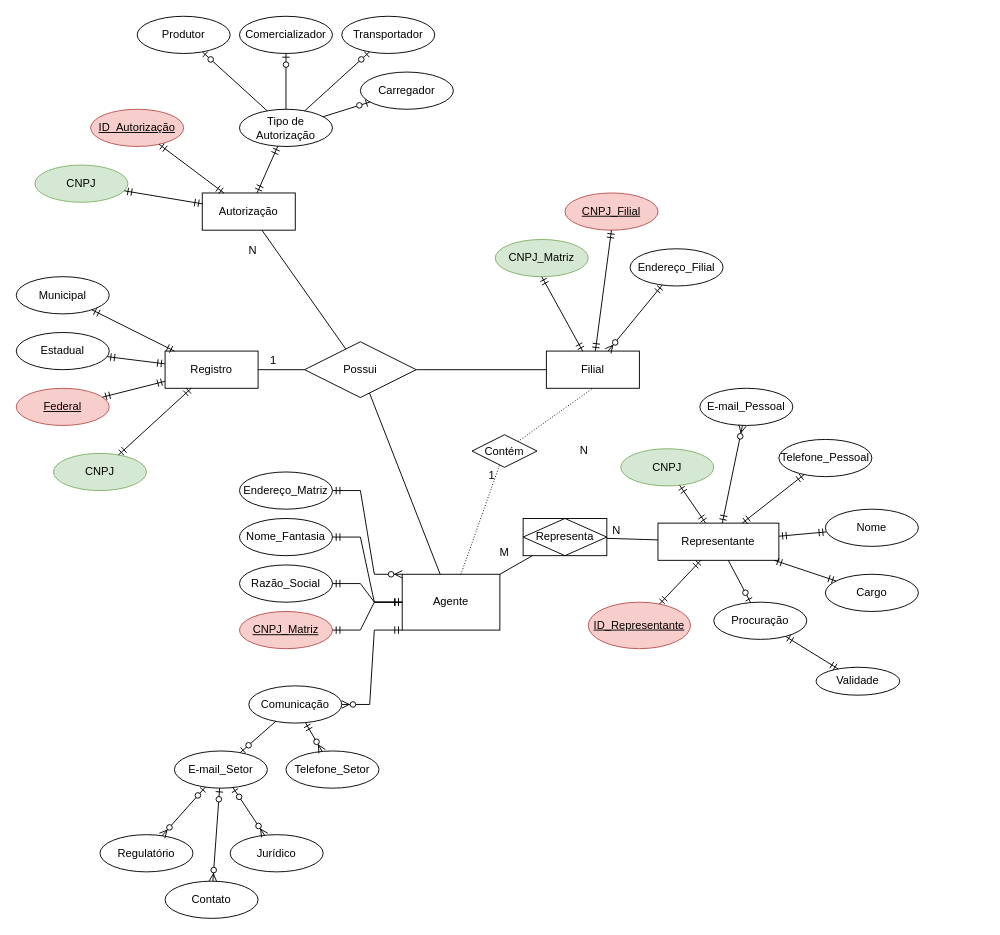
Earlier version of the draw.io diagram Cadastro.drawio (GustavoCoutinhoAraujo/GustavoCoutinhoAraujo). Source tidied: cells renumbered, new cells numbered last; positions are measured from the earlier drawing's top-left corner, leaving out a move shared by most shapes. Both pictures are drawn from the tidied source at 93%, with x=0, y=0 at pixel (16, 16).
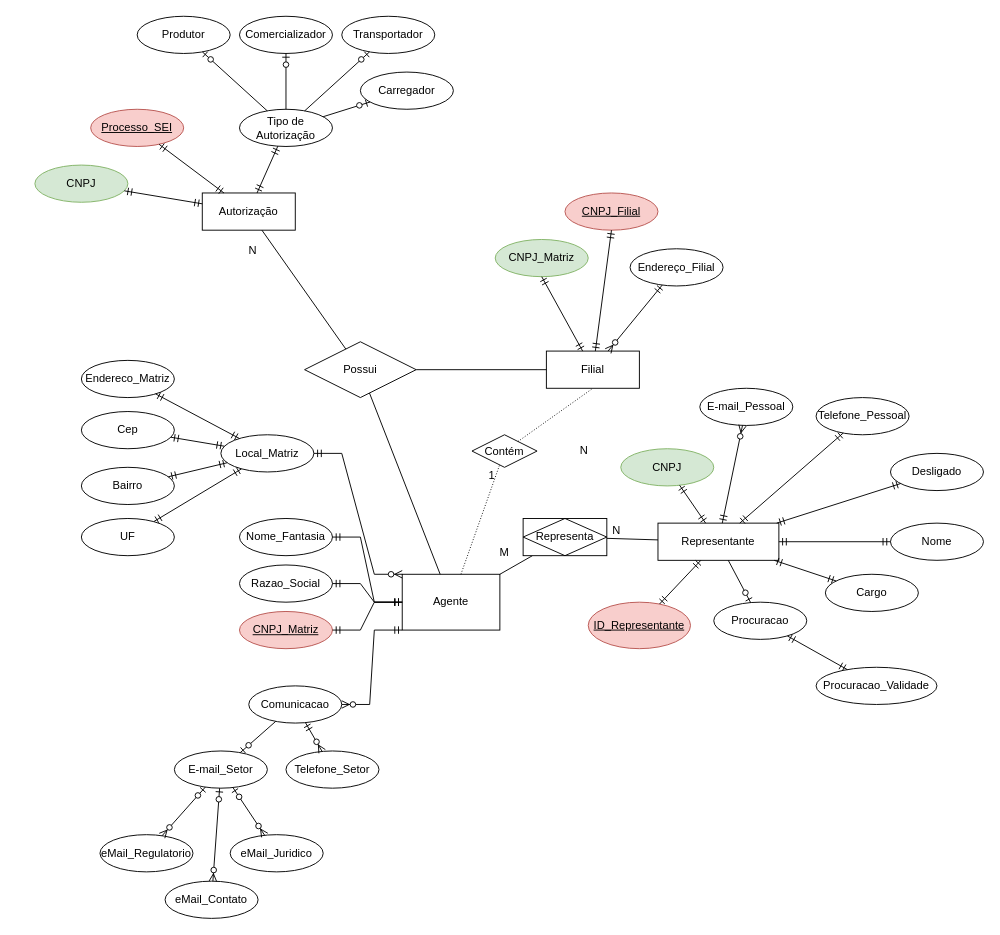
After the change.

Unchanged cells that the change refers to:
```xml
<mxCell id="33" value="Representante" style="whiteSpace=wrap;html=1;align=center;" parent="1" vertex="1">
  <mxGeometry x="690" y="545" width="130" height="40" as="geometry" />
</mxCell>
<mxCell id="55" value="Possui" style="shape=rhombus;perimeter=rhombusPerimeter;whiteSpace=wrap;html=1;align=center;" parent="1" vertex="1">
  <mxGeometry x="310" y="350" width="120" height="60" as="geometry" />
</mxCell>
```

Change to the diagram source:
```diff
@@
-    <mxCell id="5" value="Razão_Social" style="ellipse;whiteSpace=wrap;html=1;align=center;" parent="1" vertex="1">
+    <mxCell id="5" value="Razao_Social" style="ellipse;whiteSpace=wrap;html=1;align=center;" parent="1" vertex="1">
       <mxGeometry x="240" y="590" width="100" height="40" as="geometry" />
     </mxCell>
-    <mxCell id="6" value="Endereço_Matriz" style="ellipse;whiteSpace=wrap;html=1;align=center;" parent="1" vertex="1">
-      <mxGeometry x="240" y="490" width="100" height="40" as="geometry" />
+    <mxCell id="6" value="Local_Matriz" style="ellipse;whiteSpace=wrap;html=1;align=center;" parent="1" vertex="1">
+      <mxGeometry x="220" y="450" width="100" height="40" as="geometry" />
     </mxCell>
-    <mxCell id="7" value="Comunicação" style="ellipse;whiteSpace=wrap;html=1;align=center;" parent="1" vertex="1">
+    <mxCell id="7" value="Comunicacao" style="ellipse;whiteSpace=wrap;html=1;align=center;" parent="1" vertex="1">
       <mxGeometry x="250" y="720" width="100" height="40" as="geometry" />
     </mxCell>
@@
-    <mxCell id="16" value="Regulatório" style="ellipse;whiteSpace=wrap;html=1;align=center;" parent="1" vertex="1">
+    <mxCell id="16" value="eMail_Regulatorio" style="ellipse;whiteSpace=wrap;html=1;align=center;" parent="1" vertex="1">
       <mxGeometry x="90" y="880" width="100" height="40" as="geometry" />
     </mxCell>
-    <mxCell id="17" value="Contato" style="ellipse;whiteSpace=wrap;html=1;align=center;" parent="1" vertex="1">
+    <mxCell id="17" value="eMail_Contato" style="ellipse;whiteSpace=wrap;html=1;align=center;" parent="1" vertex="1">
       <mxGeometry x="160" y="930" width="100" height="40" as="geometry" />
     </mxCell>
-    <mxCell id="18" value="Jurídico" style="ellipse;whiteSpace=wrap;html=1;align=center;" parent="1" vertex="1">
+    <mxCell id="18" value="eMail_Juridico" style="ellipse;whiteSpace=wrap;html=1;align=center;" parent="1" vertex="1">
       <mxGeometry x="230" y="880" width="100" height="40" as="geometry" />
     </mxCell>
@@
-    <mxCell id="29" value="Registro" style="whiteSpace=wrap;html=1;align=center;" parent="1" vertex="1">
-      <mxGeometry x="160" y="360" width="100" height="40" as="geometry" />
-    </mxCell>
@@
     <mxCell id="36" value="Nome" style="ellipse;whiteSpace=wrap;html=1;align=center;" parent="1" vertex="1">
-      <mxGeometry x="870" y="530" width="100" height="40" as="geometry" />
+      <mxGeometry x="940" y="545" width="100" height="40" as="geometry" />
     </mxCell>
@@
-    <mxCell id="42" value="Validade" style="ellipse;whiteSpace=wrap;html=1;align=center;" parent="1" vertex="1">
-      <mxGeometry x="860" y="700" width="90" height="30" as="geometry" />
+    <mxCell id="42" value="Procuracao_Validade" style="ellipse;whiteSpace=wrap;html=1;align=center;" parent="1" vertex="1">
+      <mxGeometry x="860" y="700" width="130" height="40" as="geometry" />
     </mxCell>
@@
     <mxCell id="53" value="Telefone_Pessoal" style="ellipse;whiteSpace=wrap;html=1;align=center;" parent="1" vertex="1">
-      <mxGeometry x="820" y="455" width="100" height="40" as="geometry" />
+      <mxGeometry x="860" y="410" width="100" height="40" as="geometry" />
     </mxCell>
@@
-    <mxCell id="60" style="endArrow=none;html=1;rounded=0;" parent="1" edge="1" source="55" target="29">
-      <mxGeometry relative="1" as="geometry" />
-    </mxCell>
-    <mxCell id="61" value="1" style="html=1;align=right;verticalAlign=bottom;" parent="60" vertex="1">
-      <mxGeometry x="1" relative="1" as="geometry">
-        <mxPoint x="20" y="-2" as="offset" />
-      </mxGeometry>
-    </mxCell>
-    <mxCell id="62" value="Estadual" style="ellipse;whiteSpace=wrap;html=1;align=center;" parent="1" vertex="1">
-      <mxGeometry y="340" width="100" height="40" as="geometry" />
-    </mxCell>
-    <mxCell id="63" value="ID_Autorização" style="ellipse;whiteSpace=wrap;html=1;align=center;fontStyle=4;fillColor=#f8cecc;strokeColor=#b85450;" parent="1" vertex="1">
+    <mxCell id="63" value="Processo_SEI" style="ellipse;whiteSpace=wrap;html=1;align=center;fontStyle=4;fillColor=#f8cecc;strokeColor=#b85450;" parent="1" vertex="1">
       <mxGeometry x="80" y="100" width="100" height="40" as="geometry" />
     </mxCell>
@@
-    <mxCell id="70" value="Municipal" style="ellipse;whiteSpace=wrap;html=1;align=center;" parent="1" vertex="1">
-      <mxGeometry y="280" width="100" height="40" as="geometry" />
-    </mxCell>
-    <mxCell id="71" value="Federal" style="ellipse;whiteSpace=wrap;html=1;align=center;fontStyle=4;fillColor=#f8cecc;strokeColor=#b85450;" parent="1" vertex="1">
-      <mxGeometry y="400" width="100" height="40" as="geometry" />
-    </mxCell>
-    <mxCell id="72" style="fontSize=12;html=1;endArrow=ERmandOne;startArrow=ERmandOne;rounded=0;" parent="1" edge="1" source="29" target="70">
-      <mxGeometry relative="1" as="geometry" />
-    </mxCell>
-    <mxCell id="73" style="fontSize=12;html=1;endArrow=ERmandOne;startArrow=ERmandOne;rounded=0;" parent="1" edge="1" source="29" target="62">
-      <mxGeometry relative="1" as="geometry" />
-    </mxCell>
-    <mxCell id="74" style="fontSize=12;html=1;endArrow=ERmandOne;startArrow=ERmandOne;rounded=0;" parent="1" edge="1" source="71" target="29">
-      <mxGeometry relative="1" as="geometry" />
-    </mxCell>
@@
-    <mxCell id="80" value="Procuração" style="ellipse;whiteSpace=wrap;html=1;align=center;" parent="1" vertex="1">
+    <mxCell id="80" value="Procuracao" style="ellipse;whiteSpace=wrap;html=1;align=center;" parent="1" vertex="1">
       <mxGeometry x="750" y="630" width="100" height="40" as="geometry" />
     </mxCell>
@@
-    <mxCell id="84" value="CNPJ" style="ellipse;whiteSpace=wrap;html=1;align=center;fillColor=#d5e8d4;strokeColor=#82b366;" parent="1" vertex="1">
-      <mxGeometry x="40" y="470" width="100" height="40" as="geometry" />
-    </mxCell>
@@
-    <mxCell id="87" style="fontSize=12;html=1;endArrow=ERmandOne;startArrow=ERmandOne;rounded=0;" parent="1" edge="1" source="29" target="84">
-      <mxGeometry relative="1" as="geometry" />
-    </mxCell>
+    <mxCell id="88" value="Endereco_Matriz" style="ellipse;whiteSpace=wrap;html=1;align=center;" parent="1" vertex="1">
+      <mxGeometry x="70" y="370" width="100" height="40" as="geometry" />
+    </mxCell>
+    <mxCell id="89" value="Cep" style="ellipse;whiteSpace=wrap;html=1;align=center;" parent="1" vertex="1">
+      <mxGeometry x="70" y="425" width="100" height="40" as="geometry" />
+    </mxCell>
+    <mxCell id="90" value="Bairro" style="ellipse;whiteSpace=wrap;html=1;align=center;" parent="1" vertex="1">
+      <mxGeometry x="70" y="485" width="100" height="40" as="geometry" />
+    </mxCell>
+    <mxCell id="91" value="UF" style="ellipse;whiteSpace=wrap;html=1;align=center;" parent="1" vertex="1">
+      <mxGeometry x="70" y="540" width="100" height="40" as="geometry" />
+    </mxCell>
+    <mxCell id="92" style="fontSize=12;html=1;endArrow=ERmandOne;startArrow=ERmandOne;rounded=0;" parent="1" edge="1" source="88" target="6">
+      <mxGeometry relative="1" as="geometry" />
+    </mxCell>
+    <mxCell id="93" style="fontSize=12;html=1;endArrow=ERmandOne;startArrow=ERmandOne;rounded=0;" parent="1" edge="1" source="89" target="6">
+      <mxGeometry relative="1" as="geometry" />
+    </mxCell>
+    <mxCell id="94" style="fontSize=12;html=1;endArrow=ERmandOne;startArrow=ERmandOne;rounded=0;" parent="1" edge="1" source="90" target="6">
+      <mxGeometry relative="1" as="geometry" />
+    </mxCell>
+    <mxCell id="95" style="fontSize=12;html=1;endArrow=ERmandOne;startArrow=ERmandOne;rounded=0;" parent="1" edge="1" source="91" target="6">
+      <mxGeometry relative="1" as="geometry" />
+    </mxCell>
+    <mxCell id="96" value="Desligado" style="ellipse;whiteSpace=wrap;html=1;align=center;" parent="1" vertex="1">
+      <mxGeometry x="940" y="470" width="100" height="40" as="geometry" />
+    </mxCell>
+    <mxCell id="97" style="fontSize=12;html=1;endArrow=ERmandOne;startArrow=ERmandOne;rounded=0;" parent="1" edge="1" source="33" target="96">
+      <mxGeometry relative="1" as="geometry" />
+    </mxCell>
```
